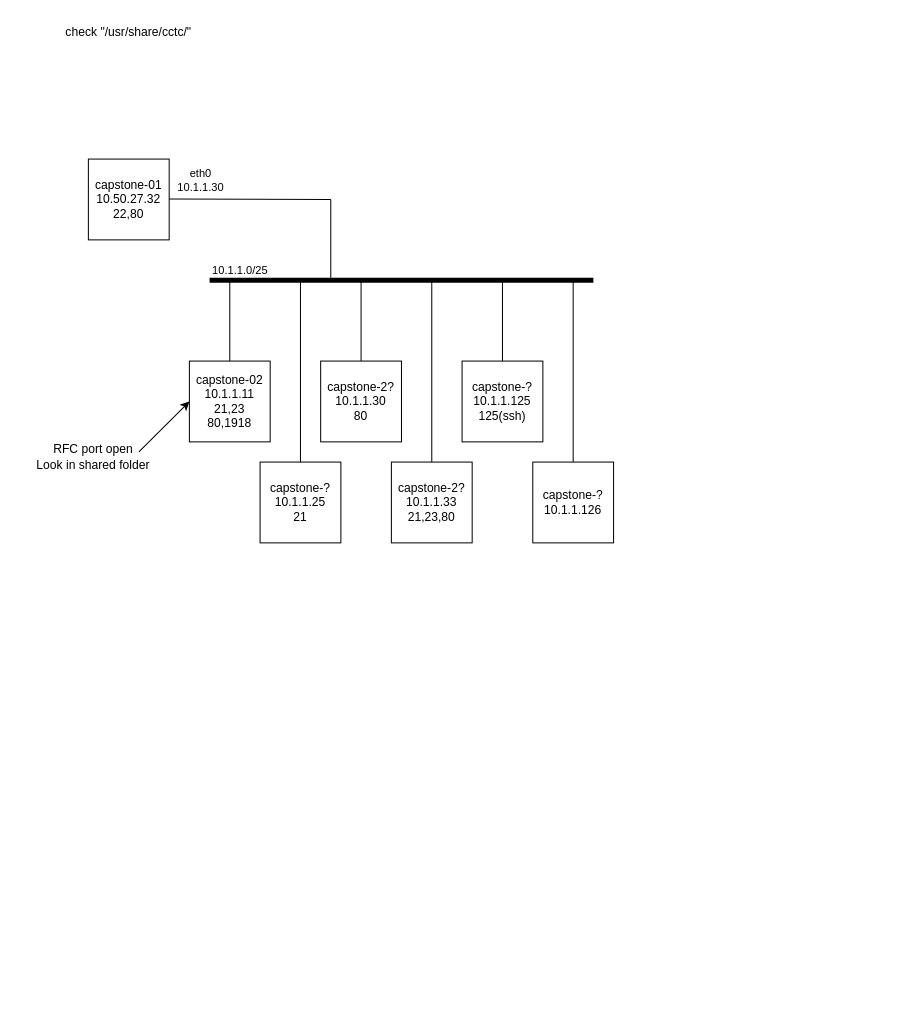
LCPLPearson/PythonCo. keeps this draw.io diagram as mapperooski.drawio. Above is the earlier version. Source tidied: cells renumbered, new cells numbered last; positions are measured from the earlier drawing's top-left corner, leaving out a move shared by most shapes. Both pictures are drawn from the tidied source at 101%, with x=0, y=0 at pixel (17, 17).
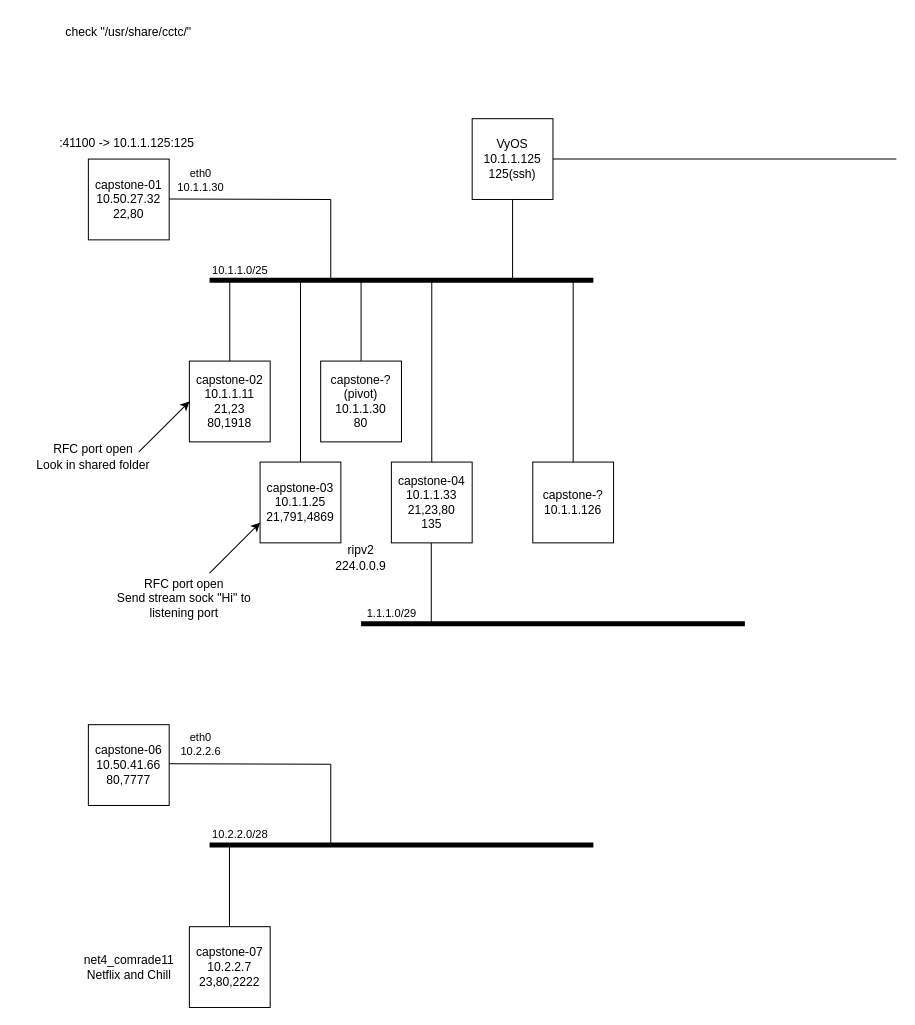
The same diagram, later.

Unchanged cells that the change refers to:
```xml
<mxCell id="4" style="endArrow=none;html=1;rounded=0;" parent="1" edge="1">
  <mxGeometry relative="1" as="geometry">
    <mxPoint x="150" y="179.5" as="sourcePoint" />
    <mxPoint x="310" y="180" as="targetPoint" />
  </mxGeometry>
</mxCell>
```

What changed in the source:
```diff
@@
+    <mxCell id="23" value="1.1.1.0/29" style="edgeLabel;html=1;align=center;verticalAlign=middle;" parent="4" vertex="1">
+      <mxGeometry relative="1" as="geometry">
+        <mxPoint x="140" y="410" as="offset" />
+      </mxGeometry>
+    </mxCell>
@@
-    <mxCell id="14" value="capstone-?&lt;br&gt;10.1.1.25&lt;br&gt;21" style="whiteSpace=wrap;html=1;" parent="1" vertex="1">
+    <mxCell id="14" value="capstone-03&lt;br&gt;10.1.1.25&lt;br&gt;21,791,4869" style="whiteSpace=wrap;html=1;" parent="1" vertex="1">
       <mxGeometry x="240" y="440" width="80" height="80" as="geometry" />
     </mxCell>
-    <mxCell id="15" value="capstone-2?&lt;br&gt;10.1.1.30&lt;br&gt;80" style="whiteSpace=wrap;html=1;" parent="1" vertex="1">
+    <mxCell id="15" value="capstone-?&lt;br&gt;(pivot)&lt;br&gt;10.1.1.30&lt;br&gt;80" style="whiteSpace=wrap;html=1;" parent="1" vertex="1">
       <mxGeometry x="300" y="340" width="80" height="80" as="geometry" />
     </mxCell>
-    <mxCell id="16" value="capstone-2?10.1.1.33&lt;br&gt;21,23,80" style="whiteSpace=wrap;html=1;" parent="1" vertex="1">
+    <mxCell id="16" value="capstone-04 10.1.1.33&lt;br&gt;21,23,80&lt;br&gt;135" style="whiteSpace=wrap;html=1;" parent="1" vertex="1">
       <mxGeometry x="370" y="440" width="80" height="80" as="geometry" />
     </mxCell>
-    <mxCell id="17" value="capstone-?&lt;br&gt;10.1.1.125&lt;br&gt;125(ssh)" style="whiteSpace=wrap;html=1;" parent="1" vertex="1">
-      <mxGeometry x="440" y="340" width="80" height="80" as="geometry" />
+    <mxCell id="17" value="VyOS&lt;br&gt;10.1.1.125&lt;br&gt;125(ssh)" style="whiteSpace=wrap;html=1;" parent="1" vertex="1">
+      <mxGeometry x="450" y="100" width="80" height="80" as="geometry" />
     </mxCell>
     <mxCell id="18" style="endArrow=none;html=1;rounded=0;" parent="1" edge="1">
       <mxGeometry relative="1" as="geometry">
-        <mxPoint x="480" y="340" as="sourcePoint" />
-        <mxPoint x="480" y="260" as="targetPoint" />
+        <mxPoint x="490" y="260" as="sourcePoint" />
+        <mxPoint x="490" y="180" as="targetPoint" />
       </mxGeometry>
     </mxCell>
@@
+    <mxCell id="24" value=":41100 -&amp;gt; 10.1.1.125:125&amp;nbsp;" style="text;html=1;strokeColor=none;fillColor=none;align=center;verticalAlign=middle;whiteSpace=wrap;rounded=0;" parent="1" vertex="1">
+      <mxGeometry x="20" y="110" width="180" height="30" as="geometry" />
+    </mxCell>
+    <mxCell id="25" value="RFC port open&lt;br&gt;Send stream sock &quot;Hi&quot; to listening port" style="text;html=1;strokeColor=none;fillColor=none;align=center;verticalAlign=middle;whiteSpace=wrap;rounded=0;" parent="1" vertex="1">
+      <mxGeometry x="90" y="560" width="150" height="30" as="geometry" />
+    </mxCell>
+    <mxCell id="26" style="endArrow=classic;html=1;rounded=0;" parent="1" edge="1">
+      <mxGeometry relative="1" as="geometry">
+        <mxPoint x="190" y="550" as="sourcePoint" />
+        <mxPoint x="240" y="500" as="targetPoint" />
+      </mxGeometry>
+    </mxCell>
+    <mxCell id="27" value="ripv2&lt;br&gt;224.0.0.9" style="text;html=1;strokeColor=none;fillColor=none;align=center;verticalAlign=middle;whiteSpace=wrap;rounded=0;" parent="1" vertex="1">
+      <mxGeometry x="310" y="520" width="60" height="30" as="geometry" />
+    </mxCell>
+    <mxCell id="28" style="endArrow=none;html=1;rounded=0;" parent="1" edge="1">
+      <mxGeometry relative="1" as="geometry">
+        <mxPoint x="409.5" y="600" as="sourcePoint" />
+        <mxPoint x="409.5" y="520" as="targetPoint" />
+      </mxGeometry>
+    </mxCell>
+    <mxCell id="29" style="endArrow=none;html=1;rounded=0;strokeWidth=5;" parent="1" edge="1">
+      <mxGeometry relative="1" as="geometry">
+        <mxPoint x="340" y="600" as="sourcePoint" />
+        <mxPoint x="720" y="600" as="targetPoint" />
+      </mxGeometry>
+    </mxCell>
+    <mxCell id="30" style="endArrow=none;html=1;rounded=0;entryX=1;entryY=0.5;entryDx=0;entryDy=0;" parent="1" edge="1" target="17">
+      <mxGeometry relative="1" as="geometry">
+        <mxPoint x="870" y="140" as="sourcePoint" />
+      </mxGeometry>
+    </mxCell>
+    <mxCell id="31" value="capstone-06&lt;br&gt;10.50.41.66&lt;br&gt;80,7777" style="whiteSpace=wrap;html=1;" parent="1" vertex="1">
+      <mxGeometry x="70" y="700" width="80" height="80" as="geometry" />
+    </mxCell>
+    <mxCell id="32" style="endArrow=none;html=1;rounded=0;" parent="1" edge="1">
+      <mxGeometry relative="1" as="geometry">
+        <mxPoint x="150" y="738.8" as="sourcePoint" />
+        <mxPoint x="310" y="739.2" as="targetPoint" />
+      </mxGeometry>
+    </mxCell>
+    <mxCell id="33" value="eth0&lt;br&gt;10.2.2.6" style="edgeLabel;html=1;align=center;verticalAlign=middle;" parent="32" vertex="1">
+      <mxGeometry relative="1" as="geometry">
+        <mxPoint x="-49" y="-19" as="offset" />
+      </mxGeometry>
+    </mxCell>
+    <mxCell id="34" value="10.2.2.0/28" style="edgeLabel;html=1;align=center;verticalAlign=middle;" parent="32" vertex="1">
+      <mxGeometry relative="1" as="geometry">
+        <mxPoint x="-10" y="70" as="offset" />
+      </mxGeometry>
+    </mxCell>
+    <mxCell id="35" style="endArrow=none;html=1;rounded=0;" parent="1" edge="1">
+      <mxGeometry relative="1" as="geometry">
+        <mxPoint x="310" y="819.2" as="sourcePoint" />
+        <mxPoint x="310" y="739.2" as="targetPoint" />
+      </mxGeometry>
+    </mxCell>
+    <mxCell id="36" style="endArrow=none;html=1;rounded=0;strokeWidth=5;" parent="1" edge="1">
+      <mxGeometry relative="1" as="geometry">
+        <mxPoint x="190" y="819.2" as="sourcePoint" />
+        <mxPoint x="570" y="819.2" as="targetPoint" />
+      </mxGeometry>
+    </mxCell>
+    <mxCell id="37" style="endArrow=none;html=1;rounded=0;" parent="1" edge="1">
+      <mxGeometry relative="1" as="geometry">
+        <mxPoint x="209.7" y="900" as="sourcePoint" />
+        <mxPoint x="209.7" y="820" as="targetPoint" />
+      </mxGeometry>
+    </mxCell>
+    <mxCell id="38" value="capstone-07&lt;br&gt;10.2.2.7&lt;br&gt;23,80,2222" style="whiteSpace=wrap;html=1;" parent="1" vertex="1">
+      <mxGeometry x="170" y="900" width="80" height="80" as="geometry" />
+    </mxCell>
+    <mxCell id="39" value="net4_comrade11&lt;br&gt;Netflix and Chill" style="text;html=1;align=center;verticalAlign=middle;strokeColor=none;fillColor=none;" parent="1" vertex="1">
+      <mxGeometry x="55" y="920" width="110" height="40" as="geometry" />
+    </mxCell>
```
